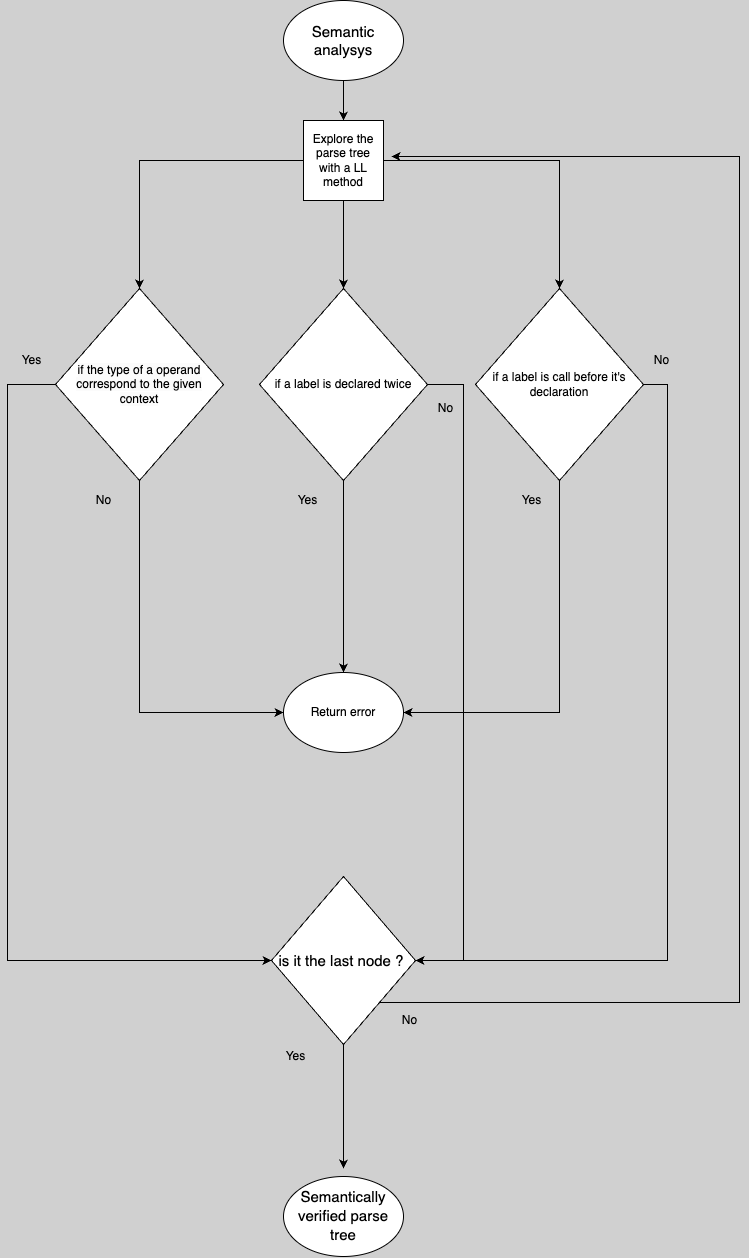
algosup/2023-2024-project-3-virtual-processor-team-1 keeps this draw.io diagram as Documents/Appendices/semantic.png. Above is the earlier version. Source tidied: cells renumbered, new cells last; positions are measured from the earlier drawing's top-left corner, leaving out a move shared by most shapes. The source it was exported from:
```xml
<mxGraphModel background="#D0D0D0">
  <root>
    <mxCell id="0" />
    <mxCell id="1" parent="0" />
    <mxCell id="2" style="edgeStyle=orthogonalEdgeStyle;rounded=0;jettySize=auto;html=1;" parent="1" edge="1" source="3" target="7">
      <mxGeometry relative="1" as="geometry" />
    </mxCell>
    <mxCell id="3" value="&lt;font style=&quot;font-size: 15px;&quot;&gt;Semantic analysys&lt;/font&gt;" style="ellipse;whiteSpace=wrap;html=1;" parent="1" vertex="1">
      <mxGeometry x="276" width="120" height="80" as="geometry" />
    </mxCell>
    <mxCell id="4" style="edgeStyle=orthogonalEdgeStyle;rounded=0;jettySize=auto;html=1;" parent="1" edge="1" source="7" target="11">
      <mxGeometry relative="1" as="geometry" />
    </mxCell>
    <mxCell id="5" style="edgeStyle=orthogonalEdgeStyle;rounded=0;jettySize=auto;html=1;entryX=0.5;entryY=0;entryDx=0;entryDy=0;" parent="1" edge="1" source="7" target="17">
      <mxGeometry relative="1" as="geometry" />
    </mxCell>
    <mxCell id="6" style="edgeStyle=orthogonalEdgeStyle;rounded=0;jettySize=auto;html=1;entryX=0.5;entryY=0;entryDx=0;entryDy=0;" parent="1" edge="1" source="7" target="14">
      <mxGeometry relative="1" as="geometry" />
    </mxCell>
    <mxCell id="7" value="Explore the parse tree with a LL method" style="whiteSpace=wrap;html=1;" parent="1" vertex="1">
      <mxGeometry x="296" y="120" width="80" height="80" as="geometry" />
    </mxCell>
    <mxCell id="8" value="Return error" style="ellipse;whiteSpace=wrap;html=1;" parent="1" vertex="1">
      <mxGeometry x="276" y="672" width="120" height="80" as="geometry" />
    </mxCell>
    <mxCell id="9" style="edgeStyle=orthogonalEdgeStyle;rounded=0;jettySize=auto;html=1;entryX=0;entryY=0.5;entryDx=0;entryDy=0;" parent="1" edge="1" source="11" target="8">
      <mxGeometry relative="1" as="geometry">
        <Array as="points">
          <mxPoint x="132" y="712" />
        </Array>
      </mxGeometry>
    </mxCell>
    <mxCell id="10" style="edgeStyle=orthogonalEdgeStyle;rounded=0;jettySize=auto;html=1;entryX=0;entryY=0.5;entryDx=0;entryDy=0;" parent="1" edge="1" source="11" target="23">
      <mxGeometry relative="1" as="geometry">
        <Array as="points">
          <mxPoint y="384" />
          <mxPoint y="960" />
        </Array>
      </mxGeometry>
    </mxCell>
    <mxCell id="11" value="&lt;meta charset=&quot;utf-8&quot;&gt;&lt;span style=&quot;color: rgb(0, 0, 0); font-family: Helvetica; font-size: 12px; font-style: normal; font-variant-ligatures: normal; font-variant-caps: normal; font-weight: 400; letter-spacing: normal; orphans: 2; text-align: center; text-indent: 0px; text-transform: none; widows: 2; word-spacing: 0px; -webkit-text-stroke-width: 0px; background-color: rgb(251, 251, 251); text-decoration-thickness: initial; text-decoration-style: initial; text-decoration-color: initial; float: none; display: inline !important;&quot;&gt;if the type of a operand correspond to the given context&lt;/span&gt;" style="rhombus;whiteSpace=wrap;html=1;" parent="1" vertex="1">
      <mxGeometry x="48" y="288" width="168" height="192" as="geometry" />
    </mxCell>
    <mxCell id="12" style="edgeStyle=orthogonalEdgeStyle;rounded=0;jettySize=auto;html=1;entryX=1;entryY=0.5;entryDx=0;entryDy=0;" parent="1" edge="1" source="14" target="8">
      <mxGeometry relative="1" as="geometry">
        <Array as="points">
          <mxPoint x="552" y="712" />
        </Array>
      </mxGeometry>
    </mxCell>
    <mxCell id="13" style="edgeStyle=orthogonalEdgeStyle;rounded=0;jettySize=auto;html=1;entryX=1;entryY=0.5;entryDx=0;entryDy=0;" parent="1" edge="1" source="14" target="23">
      <mxGeometry relative="1" as="geometry">
        <Array as="points">
          <mxPoint x="660" y="384" />
          <mxPoint x="660" y="960" />
        </Array>
      </mxGeometry>
    </mxCell>
    <mxCell id="14" value="if a label is call before it's declaration" style="rhombus;whiteSpace=wrap;html=1;" parent="1" vertex="1">
      <mxGeometry x="468" y="288" width="168" height="192" as="geometry" />
    </mxCell>
    <mxCell id="15" style="edgeStyle=orthogonalEdgeStyle;rounded=0;jettySize=auto;html=1;entryX=0.5;entryY=0;entryDx=0;entryDy=0;" parent="1" edge="1" source="17" target="8">
      <mxGeometry relative="1" as="geometry" />
    </mxCell>
    <mxCell id="16" style="edgeStyle=orthogonalEdgeStyle;rounded=0;jettySize=auto;html=1;exitX=1;exitY=0.5;exitDx=0;exitDy=0;entryX=1;entryY=0.5;entryDx=0;entryDy=0;" parent="1" edge="1" source="17" target="23">
      <mxGeometry relative="1" as="geometry">
        <Array as="points">
          <mxPoint x="456" y="384" />
          <mxPoint x="456" y="960" />
        </Array>
      </mxGeometry>
    </mxCell>
    <mxCell id="17" value="if a label is declared twice" style="rhombus;whiteSpace=wrap;html=1;" parent="1" vertex="1">
      <mxGeometry x="252" y="288" width="168" height="192" as="geometry" />
    </mxCell>
    <mxCell id="18" value="Yes" style="text;html=1;align=center;verticalAlign=middle;strokeColor=none;fillColor=none;" parent="1" vertex="1">
      <mxGeometry x="500" y="488" width="48" height="24" as="geometry" />
    </mxCell>
    <mxCell id="19" value="Yes" style="text;html=1;align=center;verticalAlign=middle;strokeColor=none;fillColor=none;" parent="1" vertex="1">
      <mxGeometry x="276" y="488" width="48" height="24" as="geometry" />
    </mxCell>
    <mxCell id="20" value="No" style="text;html=1;align=center;verticalAlign=middle;strokeColor=none;fillColor=none;" parent="1" vertex="1">
      <mxGeometry x="78" y="488" width="36" height="24" as="geometry" />
    </mxCell>
    <mxCell id="21" style="edgeStyle=orthogonalEdgeStyle;rounded=0;jettySize=auto;html=1;" parent="1" edge="1" source="23">
      <mxGeometry relative="1" as="geometry">
        <mxPoint x="336" y="1168" as="targetPoint" />
      </mxGeometry>
    </mxCell>
    <mxCell id="22" style="edgeStyle=orthogonalEdgeStyle;rounded=0;jettySize=auto;html=1;exitX=1;exitY=1;exitDx=0;exitDy=0;" parent="1" edge="1" source="23">
      <mxGeometry relative="1" as="geometry">
        <mxPoint x="384" y="156" as="targetPoint" />
        <Array as="points">
          <mxPoint x="732" y="1002" />
          <mxPoint x="732" y="156" />
        </Array>
      </mxGeometry>
    </mxCell>
    <mxCell id="23" value="&lt;font style=&quot;font-size: 15px;&quot;&gt;is it the last node ?&amp;nbsp;&lt;/font&gt;" style="rhombus;whiteSpace=wrap;html=1;" parent="1" vertex="1">
      <mxGeometry x="264" y="876" width="144" height="168" as="geometry" />
    </mxCell>
    <mxCell id="24" value="No" style="text;html=1;align=center;verticalAlign=middle;strokeColor=none;fillColor=none;" parent="1" vertex="1">
      <mxGeometry x="420" y="396" width="36" height="24" as="geometry" />
    </mxCell>
    <mxCell id="25" value="No" style="text;html=1;align=center;verticalAlign=middle;strokeColor=none;fillColor=none;" parent="1" vertex="1">
      <mxGeometry x="636" y="348" width="36" height="24" as="geometry" />
    </mxCell>
    <mxCell id="26" value="Yes" style="text;html=1;align=center;verticalAlign=middle;strokeColor=none;fillColor=none;" parent="1" vertex="1">
      <mxGeometry y="348" width="48" height="24" as="geometry" />
    </mxCell>
    <mxCell id="27" value="&lt;div style=&quot;line-height: 18px;&quot;&gt;&lt;font style=&quot;font-size: 15px;&quot; face=&quot;Helvetica&quot;&gt;Semantically verified parse tree&lt;/font&gt;&lt;/div&gt;" style="ellipse;whiteSpace=wrap;html=1;" parent="1" vertex="1">
      <mxGeometry x="276" y="1176" width="120" height="80" as="geometry" />
    </mxCell>
    <mxCell id="28" value="Yes" style="text;html=1;align=center;verticalAlign=middle;strokeColor=none;fillColor=none;" parent="1" vertex="1">
      <mxGeometry x="264" y="1044" width="48" height="24" as="geometry" />
    </mxCell>
    <mxCell id="29" value="No" style="text;html=1;align=center;verticalAlign=middle;strokeColor=none;fillColor=none;" parent="1" vertex="1">
      <mxGeometry x="384" y="1008" width="36" height="24" as="geometry" />
    </mxCell>
  </root>
</mxGraphModel>
```
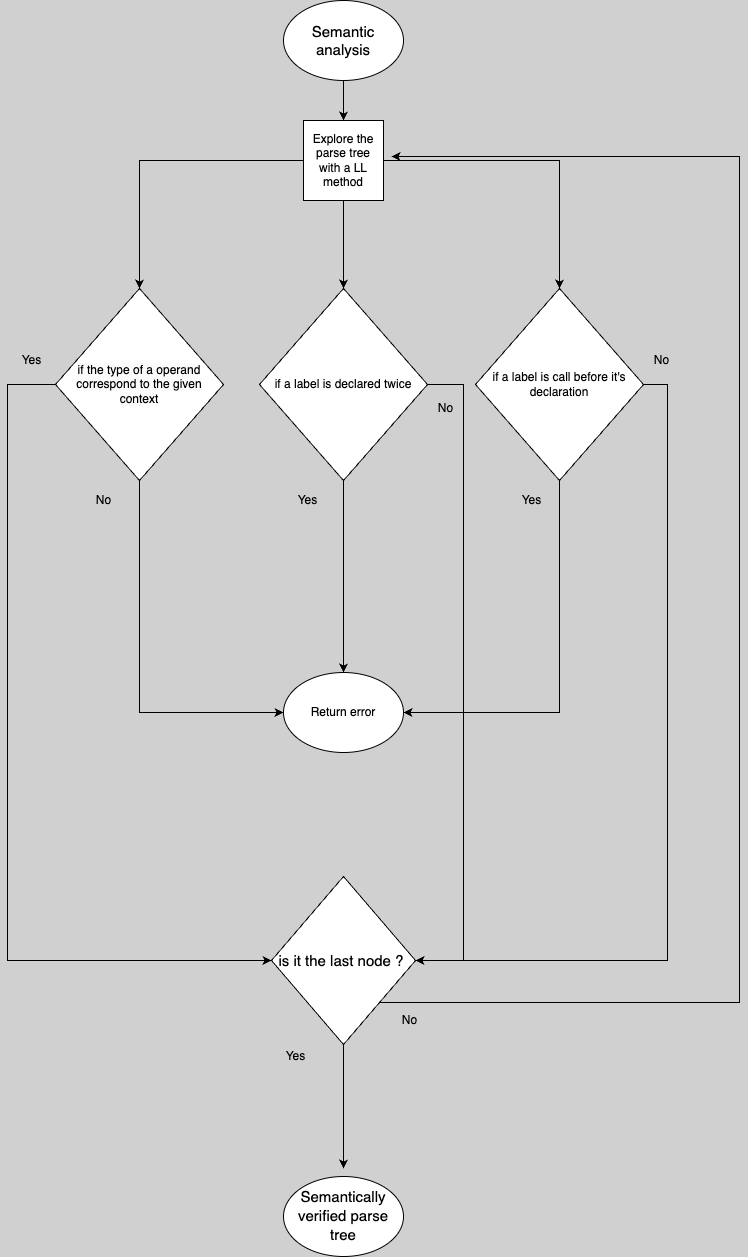
The same file after the commit.

Diff of the diagram source:
```diff
@@ -5,7 +5,7 @@
     <mxCell id="2" style="edgeStyle=orthogonalEdgeStyle;rounded=0;jettySize=auto;html=1;" parent="1" edge="1" source="3" target="7">
       <mxGeometry relative="1" as="geometry" />
     </mxCell>
-    <mxCell id="3" value="&lt;font style=&quot;font-size: 15px;&quot;&gt;Semantic analysys&lt;/font&gt;" style="ellipse;whiteSpace=wrap;html=1;" parent="1" vertex="1">
+    <mxCell id="3" value="&lt;font style=&quot;font-size: 15px;&quot;&gt;Semantic analysis&lt;/font&gt;" style="ellipse;whiteSpace=wrap;html=1;" parent="1" vertex="1">
       <mxGeometry x="276" width="120" height="80" as="geometry" />
     </mxCell>
     <mxCell id="4" style="edgeStyle=orthogonalEdgeStyle;rounded=0;jettySize=auto;html=1;" parent="1" edge="1" source="7" target="11">
```
